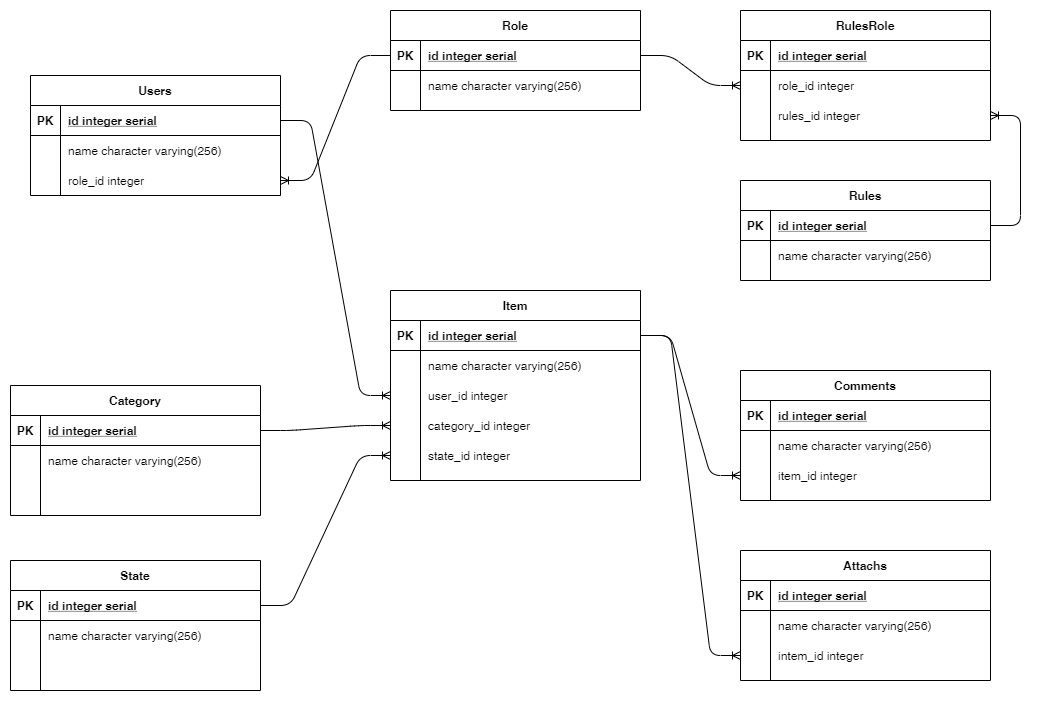
c0dered273/job4j_design keeps this draw.io diagram as entities diagram.png. Above is the earlier version. Source tidied: cells renumbered, new cells last; positions are measured from the earlier drawing's top-left corner, leaving out a move shared by most shapes.
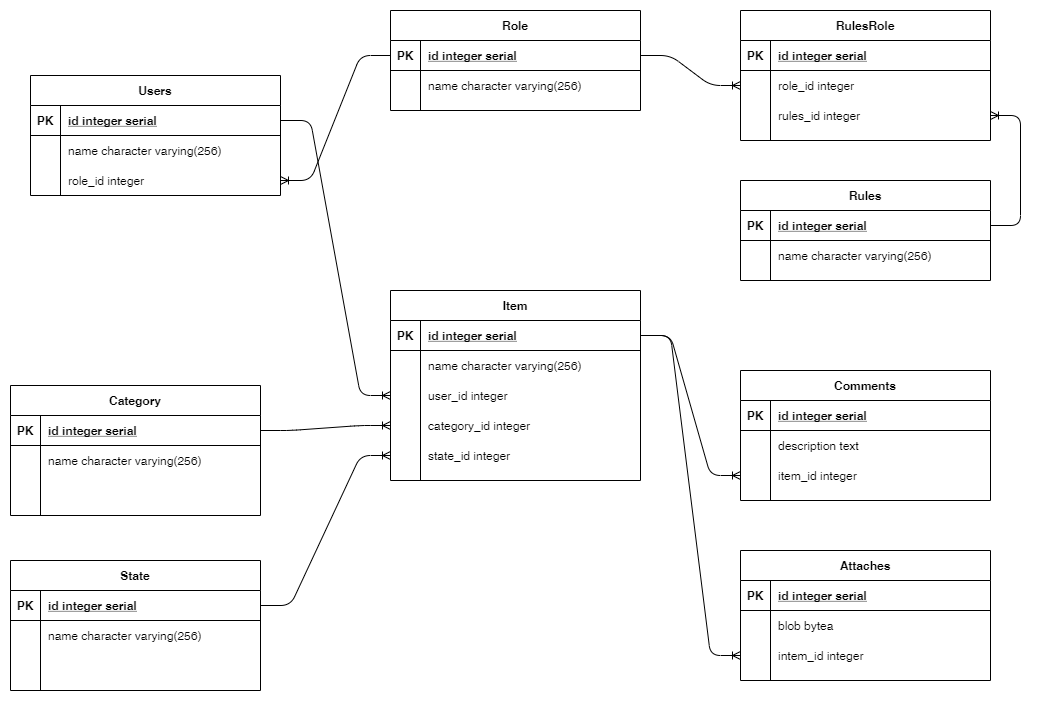
The same diagram one commit later.

Commit message:
db relation diagram

The edit, as a diff of the source:
```diff
@@ -182,7 +182,7 @@
     <mxCell id="61" style="shape=partialRectangle;overflow=hidden;fillColor=none;top=0;left=0;bottom=0;right=0;" parent="60" vertex="1">
       <mxGeometry width="30" height="30" as="geometry" />
     </mxCell>
-    <mxCell id="62" value="name character varying(256)" style="shape=partialRectangle;overflow=hidden;fillColor=none;top=0;left=0;bottom=0;right=0;align=left;spacingLeft=6;" parent="60" vertex="1">
+    <mxCell id="62" value="description text" style="shape=partialRectangle;overflow=hidden;fillColor=none;top=0;left=0;bottom=0;right=0;align=left;spacingLeft=6;" parent="60" vertex="1">
       <mxGeometry x="30" width="220" height="30" as="geometry" />
     </mxCell>
     <mxCell id="63" style="shape=partialRectangle;fillColor=none;points=[[0,0.5],[1,0.5]];portConstraint=eastwest;top=0;left=0;right=0;bottom=0;" parent="56" vertex="1">
@@ -194,7 +194,7 @@
     <mxCell id="65" value="item_id integer" style="shape=partialRectangle;overflow=hidden;fillColor=none;top=0;left=0;bottom=0;right=0;align=left;spacingLeft=6;" parent="63" vertex="1">
       <mxGeometry x="30" width="220" height="30" as="geometry" />
     </mxCell>
-    <mxCell id="66" value="Attachs" style="shape=table;startSize=30;rowLines=0;fontStyle=1;align=center;" parent="1" vertex="1">
+    <mxCell id="66" value="Attaches" style="shape=table;startSize=30;rowLines=0;fontStyle=1;align=center;" parent="1" vertex="1">
       <mxGeometry x="730" y="540" width="250" height="130" as="geometry" />
     </mxCell>
     <mxCell id="67" style="shape=partialRectangle;fillColor=none;top=0;left=0;right=0;bottom=1;" parent="66" vertex="1">
@@ -212,7 +212,7 @@
     <mxCell id="71" style="shape=partialRectangle;overflow=hidden;fillColor=none;top=0;left=0;bottom=0;right=0;" parent="70" vertex="1">
       <mxGeometry width="30" height="30" as="geometry" />
     </mxCell>
-    <mxCell id="72" value="name character varying(256)" style="shape=partialRectangle;overflow=hidden;fillColor=none;top=0;left=0;bottom=0;right=0;align=left;spacingLeft=6;" parent="70" vertex="1">
+    <mxCell id="72" value="blob bytea" style="shape=partialRectangle;overflow=hidden;fillColor=none;top=0;left=0;bottom=0;right=0;align=left;spacingLeft=6;" parent="70" vertex="1">
       <mxGeometry x="30" width="220" height="30" as="geometry" />
     </mxCell>
     <mxCell id="73" style="shape=partialRectangle;fillColor=none;points=[[0,0.5],[1,0.5]];portConstraint=eastwest;top=0;left=0;right=0;bottom=0;" parent="66" vertex="1">
```
